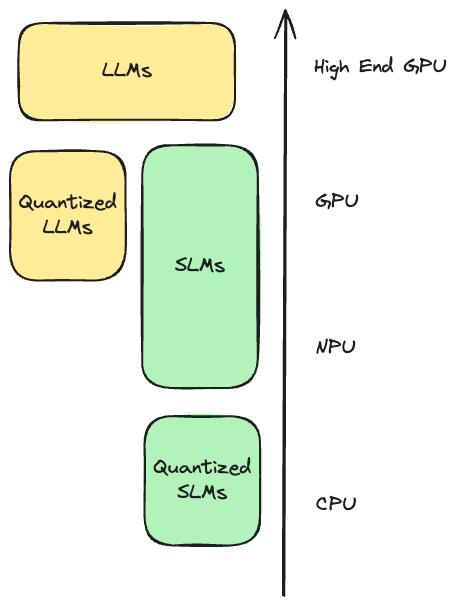
Earlier version of the Excalidraw export azuredevsummit-2025/graphics/execution-environments.excalidraw.png (filipw/filipw.github.io). Source tidied: one line per element, renumbered; positions are measured from the earlier drawing's top-left corner, leaving out a move shared by most shapes.
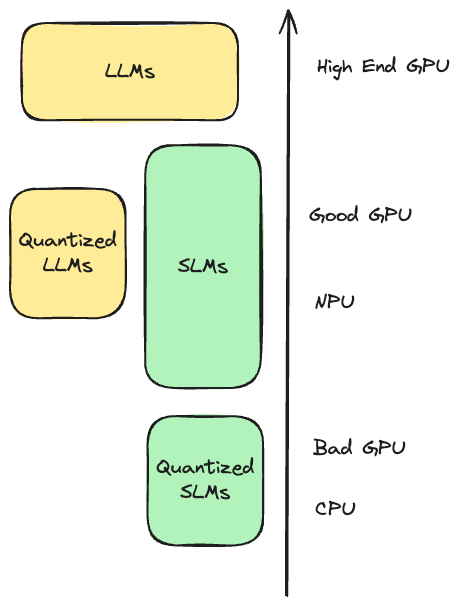
Above is the later version.

What changed in the source:
```diff
@@ -1,13 +1,14 @@
 {"id": 0, "type": "arrow", "strokeColor": "#1e1e1e", "strokeWidth": 2, "roughness": 1, "endArrowhead": "arrow", "round": true, "x": 274, "y": 585, "width": 3, "height": 585, "points": [[0, 0], [3, -585]]}
 {"id": 1, "type": "text", "text": "High End GPU", "strokeColor": "#1e1e1e", "strokeWidth": 2, "roughness": 1, "fontSize": 20, "fontFamily": 1, "x": 304, "y": 44, "width": 133, "height": 25}
-{"id": 2, "type": "text", "text": "GPU", "strokeColor": "#1e1e1e", "strokeWidth": 2, "roughness": 1, "fontSize": 20, "fontFamily": 1, "x": 305, "y": 179, "width": 43, "height": 25}
+{"id": 2, "type": "text", "text": "Good GPU", "strokeColor": "#1e1e1e", "strokeWidth": 2, "roughness": 1, "fontSize": 20, "fontFamily": 1, "x": 296, "y": 192, "width": 103, "height": 25}
-{"id": 3, "type": "text", "text": "NPU", "strokeColor": "#1e1e1e", "strokeWidth": 2, "roughness": 1, "fontSize": 20, "fontFamily": 1, "x": 305, "y": 325, "width": 40, "height": 25}
+{"id": 3, "type": "text", "text": "NPU", "strokeColor": "#1e1e1e", "strokeWidth": 2, "roughness": 1, "fontSize": 20, "fontFamily": 1, "x": 301, "y": 279, "width": 40, "height": 25}
-{"id": 4, "type": "text", "text": "CPU", "strokeColor": "#1e1e1e", "strokeWidth": 2, "roughness": 1, "fontSize": 20, "fontFamily": 1, "x": 306, "y": 483, "width": 40, "height": 25}
+{"id": 4, "type": "text", "text": "CPU", "strokeColor": "#1e1e1e", "strokeWidth": 2, "roughness": 1, "fontSize": 20, "fontFamily": 1, "x": 302, "y": 486, "width": 40, "height": 25}
 {"id": 5, "type": "rectangle", "strokeColor": "#1e1e1e", "backgroundColor": "#ffec99", "fillStyle": "solid", "strokeWidth": 2, "roughness": 1, "round": true, "x": 9, "y": 12, "width": 216, "height": 97}
 {"id": 6, "type": "text", "text": "LLMs", "strokeColor": "#1e1e1e", "strokeWidth": 2, "roughness": 1, "fontSize": 20, "fontFamily": 1, "textAlign": "center", "verticalAlign": "middle", "inside": 5, "x": 92, "y": 48, "width": 50, "height": 25}
 {"id": 7, "type": "rectangle", "strokeColor": "#1e1e1e", "backgroundColor": "#b2f2bb", "fillStyle": "solid", "strokeWidth": 2, "roughness": 1, "round": true, "x": 132, "y": 135, "width": 116, "height": 243}
 {"id": 8, "type": "text", "text": "SLMs", "strokeColor": "#1e1e1e", "strokeWidth": 2, "roughness": 1, "fontSize": 20, "fontFamily": 1, "textAlign": "center", "verticalAlign": "middle", "inside": 7, "x": 165, "y": 243, "width": 50, "height": 25}
-{"id": 9, "type": "rectangle", "strokeColor": "#1e1e1e", "backgroundColor": "#ffec99", "fillStyle": "solid", "strokeWidth": 2, "roughness": 1, "round": true, "x": 0, "y": 140, "width": 116, "height": 129}
+{"id": 9, "type": "rectangle", "strokeColor": "#1e1e1e", "backgroundColor": "#ffec99", "fillStyle": "solid", "strokeWidth": 2, "roughness": 1, "round": true, "x": -3, "y": 178, "width": 116, "height": 129}
-{"id": 10, "type": "text", "text": "Quantized\nLLMs", "strokeColor": "#1e1e1e", "strokeWidth": 2, "roughness": 1, "fontSize": 20, "fontFamily": 1, "textAlign": "center", "verticalAlign": "middle", "inside": 9, "x": 9, "y": 180, "width": 98, "height": 50}
+{"id": 10, "type": "text", "text": "Quantized\nLLMs", "strokeColor": "#1e1e1e", "strokeWidth": 2, "roughness": 1, "fontSize": 20, "fontFamily": 1, "textAlign": "center", "verticalAlign": "middle", "inside": 9, "x": 6, "y": 218, "width": 98, "height": 50}
 {"id": 11, "type": "rectangle", "strokeColor": "#1e1e1e", "backgroundColor": "#b2f2bb", "fillStyle": "solid", "strokeWidth": 2, "roughness": 1, "round": true, "x": 134, "y": 405, "width": 116, "height": 129}
 {"id": 12, "type": "text", "text": "Quantized\nSLMs", "strokeColor": "#1e1e1e", "strokeWidth": 2, "roughness": 1, "fontSize": 20, "fontFamily": 1, "textAlign": "center", "verticalAlign": "middle", "inside": 11, "x": 144, "y": 445, "width": 98, "height": 50}
+{"id": 13, "type": "text", "text": "Bad GPU", "strokeColor": "#1e1e1e", "strokeWidth": 2, "roughness": 1, "fontSize": 20, "fontFamily": 1, "x": 300, "y": 425, "width": 93, "height": 25}
```
